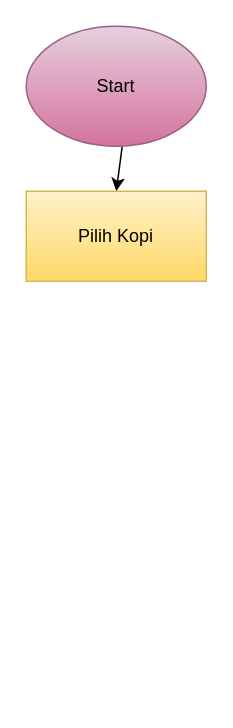
Above: flowchart.drawio in rosanovarian/Rosa_Novarian_Agninditya_Nugroho-Kalkulator_Diskon_Kopi (draw.io), before the change. Source tidied: cells renumbered, new cells numbered last; positions are measured from the earlier drawing's top-left corner, leaving out a move shared by most shapes. Both pictures are drawn from the tidied source at 150%, with x=0, y=0 at pixel (26, 26).
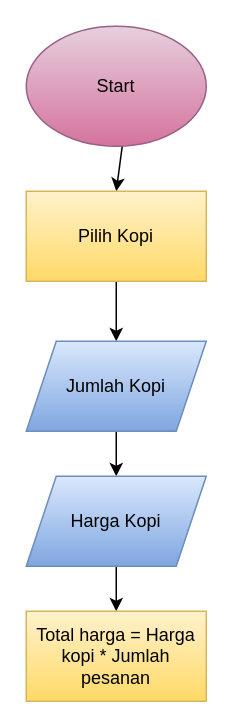
The same diagram, later.

Commit message:
Perhitungan variabel jumlah kopi, harga kopi, dan total harga

What changed in the source:
```diff
@@
 <mxGraphModel>
   <root>
     <mxCell id="0" />
     <mxCell id="1" parent="0" />
     <mxCell id="2" style="edgeStyle=none;html=1;fontColor=#000000;" parent="1" edge="1" source="3" target="4">
       <mxGeometry relative="1" as="geometry" />
     </mxCell>
     <mxCell id="3" value="&lt;font color=&quot;#000000&quot;&gt;Start&lt;/font&gt;" style="ellipse;whiteSpace=wrap;html=1;fillColor=#e6d0de;strokeColor=#996185;gradientColor=#d5739d;" parent="1" vertex="1">
       <mxGeometry width="120" height="80" as="geometry" />
     </mxCell>
+    <mxCell id="5" style="edgeStyle=none;html=1;fontColor=#000000;" parent="1" edge="1" source="4" target="7">
+      <mxGeometry relative="1" as="geometry" />
+    </mxCell>
     <mxCell id="4" value="&lt;font color=&quot;#000000&quot;&gt;Pilih Kopi&lt;/font&gt;" style="rounded=0;whiteSpace=wrap;html=1;fillColor=#fff2cc;strokeColor=#d6b656;gradientColor=#ffd966;" parent="1" vertex="1">
       <mxGeometry y="110" width="120" height="60" as="geometry" />
     </mxCell>
+    <mxCell id="6" style="edgeStyle=none;html=1;fontColor=#000000;" parent="1" edge="1" source="7" target="9">
+      <mxGeometry relative="1" as="geometry" />
+    </mxCell>
+    <mxCell id="7" value="&lt;font color=&quot;#000000&quot;&gt;Jumlah Kopi&lt;/font&gt;" style="shape=parallelogram;perimeter=parallelogramPerimeter;whiteSpace=wrap;html=1;fixedSize=1;fillColor=#dae8fc;gradientColor=#7ea6e0;strokeColor=#6c8ebf;" parent="1" vertex="1">
+      <mxGeometry y="210" width="120" height="60" as="geometry" />
+    </mxCell>
+    <mxCell id="8" style="edgeStyle=none;html=1;fontColor=#000000;" parent="1" edge="1" source="9" target="10">
+      <mxGeometry relative="1" as="geometry" />
+    </mxCell>
+    <mxCell id="9" value="&lt;font color=&quot;#000000&quot;&gt;Harga Kopi&lt;/font&gt;" style="shape=parallelogram;perimeter=parallelogramPerimeter;whiteSpace=wrap;html=1;fixedSize=1;fillColor=#dae8fc;gradientColor=#7ea6e0;strokeColor=#6c8ebf;" parent="1" vertex="1">
+      <mxGeometry y="300" width="120" height="60" as="geometry" />
+    </mxCell>
+    <mxCell id="10" value="&lt;font color=&quot;#000000&quot;&gt;Total harga = Harga kopi * Jumlah pesanan&lt;/font&gt;" style="rounded=0;whiteSpace=wrap;html=1;fillColor=#fff2cc;gradientColor=#ffd966;strokeColor=#d6b656;" parent="1" vertex="1">
+      <mxGeometry y="390" width="120" height="60" as="geometry" />
+    </mxCell>
   </root>
 </mxGraphModel>
```
